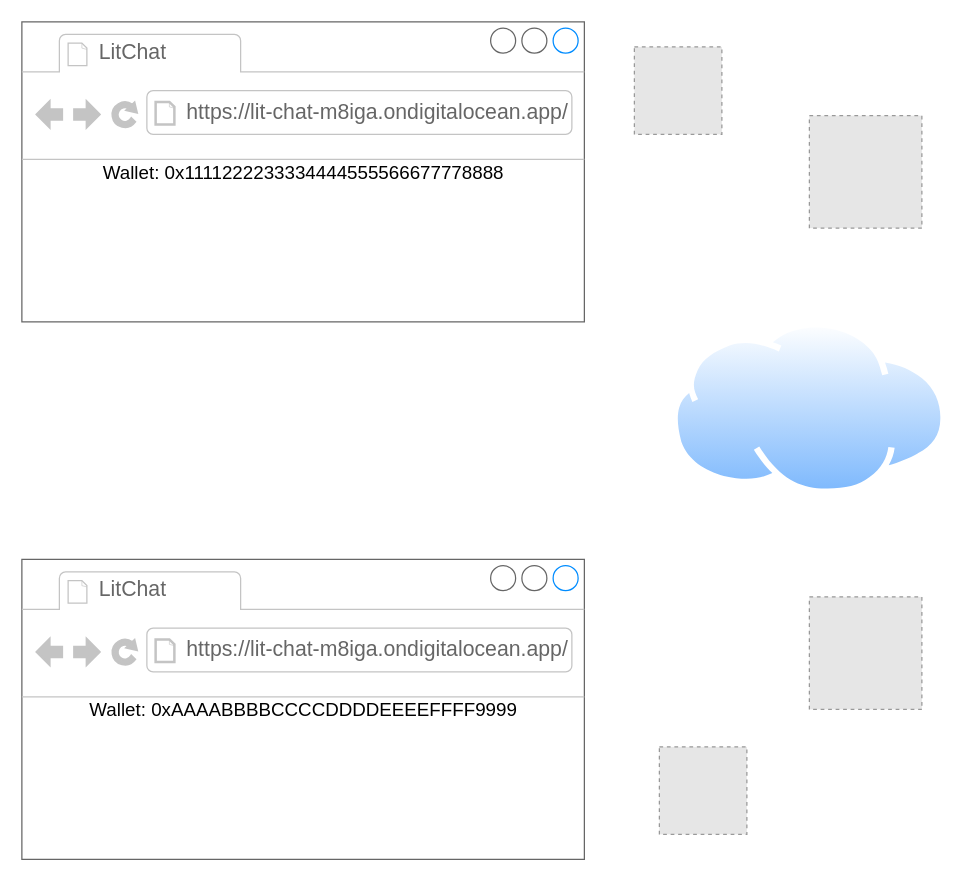
Above: LitChat_Ceramic.drawio in cryptoKevinL/LitChat (draw.io), before the change. Source tidied: cells renumbered, new cells numbered last; positions are measured from the earlier drawing's top-left corner, leaving out a move shared by most shapes. Both pictures are drawn from the tidied source at 125%, with x=0, y=0 at pixel (21, 21). Pictures stored in the file or linked from it are replaced by grey dashed boxes.
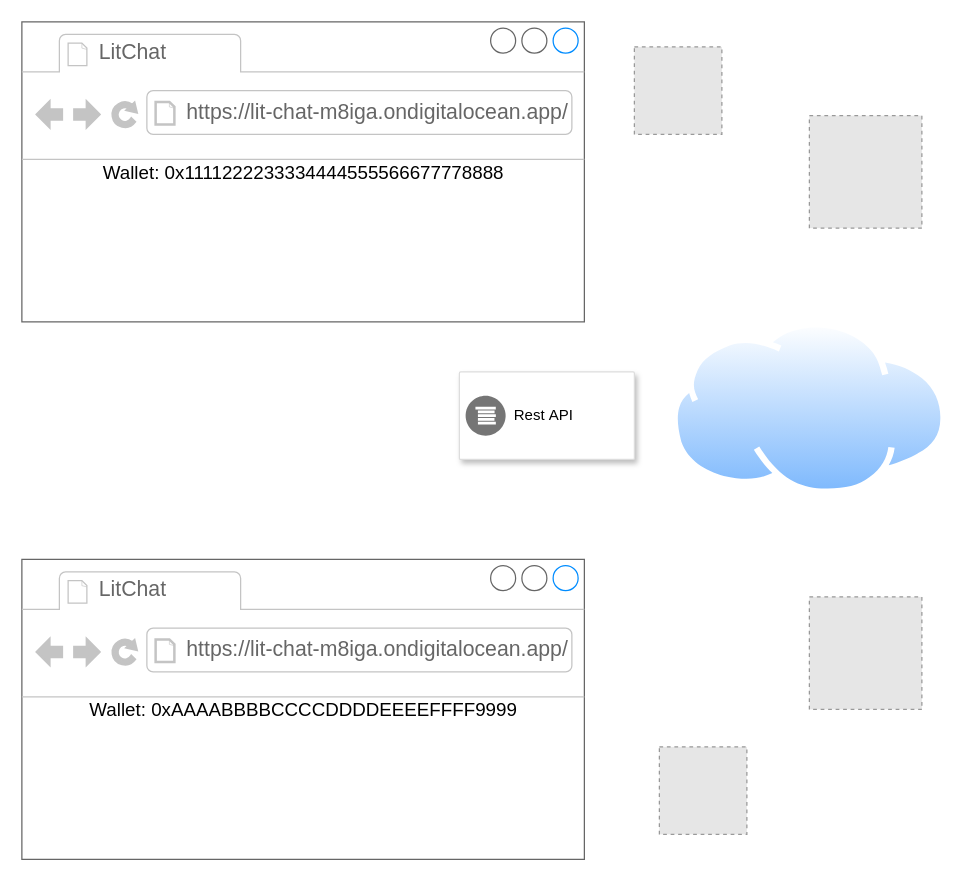
After the change.

What changed in the source:
```diff
@@
 <mxGraphModel>
   <root>
     <mxCell id="0" />
     <mxCell id="1" parent="0" />
     <mxCell id="2" value="&lt;font style=&quot;font-size: 15px&quot;&gt;Wallet: 0x1111222233334444555566677778888&lt;/font&gt;" style="strokeWidth=1;shadow=0;dashed=0;align=center;html=1;shape=mxgraph.mockup.containers.browserWindow;rSize=0;strokeColor=#666666;strokeColor2=#008cff;strokeColor3=#c4c4c4;mainText=,;" parent="1" vertex="1">
       <mxGeometry width="450" height="240" as="geometry" />
     </mxCell>
     <mxCell id="3" value="LitChat" style="strokeWidth=1;shadow=0;dashed=0;align=center;html=1;shape=mxgraph.mockup.containers.anchor;fontSize=17;fontColor=#666666;align=left;" parent="2" vertex="1">
       <mxGeometry x="60" y="12" width="110" height="26" as="geometry" />
     </mxCell>
     <mxCell id="4" value="https://lit-chat-m8iga.ondigitalocean.app/" style="strokeWidth=1;shadow=0;dashed=0;align=center;html=1;shape=mxgraph.mockup.containers.anchor;rSize=0;fontSize=17;fontColor=#666666;align=left;" parent="2" vertex="1">
       <mxGeometry x="130" y="60" width="250" height="26" as="geometry" />
     </mxCell>
     <mxCell id="5" value="&lt;font style=&quot;font-size: 15px&quot;&gt;Wallet: 0xAAAABBBBCCCCDDDDEEEEFFFF9999&lt;/font&gt;" style="strokeWidth=1;shadow=0;dashed=0;align=center;html=1;shape=mxgraph.mockup.containers.browserWindow;rSize=0;strokeColor=#666666;strokeColor2=#008cff;strokeColor3=#c4c4c4;mainText=,;" parent="1" vertex="1">
       <mxGeometry y="430" width="450" height="240" as="geometry" />
     </mxCell>
     <mxCell id="6" value="LitChat" style="strokeWidth=1;shadow=0;dashed=0;align=center;html=1;shape=mxgraph.mockup.containers.anchor;fontSize=17;fontColor=#666666;align=left;" parent="5" vertex="1">
       <mxGeometry x="60" y="12" width="110" height="26" as="geometry" />
     </mxCell>
     <mxCell id="7" value="https://lit-chat-m8iga.ondigitalocean.app/" style="strokeWidth=1;shadow=0;dashed=0;align=center;html=1;shape=mxgraph.mockup.containers.anchor;rSize=0;fontSize=17;fontColor=#666666;align=left;" parent="5" vertex="1">
       <mxGeometry x="130" y="60" width="250" height="26" as="geometry" />
     </mxCell>
     <mxCell id="8" style="perimeter=ellipsePerimeter;html=1;align=center;shadow=0;dashed=0;spacingTop=3;image;image=img/lib/active_directory/internet_cloud.svg;fontSize=15;" parent="1" vertex="1">
       <mxGeometry x="520" y="240" width="220.5" height="138.9" as="geometry" />
     </mxCell>
     <mxCell id="9" style="fillColor=#E6E6E6;strokeColor=#999999;dashed=1;verticalLabelPosition=bottom;labelBackgroundColor=default;verticalAlign=top;" parent="1" vertex="1">
       <mxGeometry x="490" y="20" width="70" height="70" as="geometry" />
     </mxCell>
     <mxCell id="10" style="fillColor=#E6E6E6;strokeColor=#999999;dashed=1;verticalLabelPosition=bottom;labelBackgroundColor=default;verticalAlign=top;" parent="1" vertex="1">
       <mxGeometry x="630" y="75" width="90" height="90" as="geometry" />
     </mxCell>
     <mxCell id="11" style="fillColor=#E6E6E6;strokeColor=#999999;dashed=1;verticalLabelPosition=bottom;labelBackgroundColor=default;verticalAlign=top;" parent="1" vertex="1">
       <mxGeometry x="630" y="460" width="90" height="90" as="geometry" />
     </mxCell>
     <mxCell id="12" style="fillColor=#E6E6E6;strokeColor=#999999;dashed=1;verticalLabelPosition=bottom;labelBackgroundColor=default;verticalAlign=top;" parent="1" vertex="1">
       <mxGeometry x="510" y="580" width="70" height="70" as="geometry" />
     </mxCell>
+    <mxCell id="13" style="strokeColor=#dddddd;shadow=1;strokeWidth=1;rounded=1;absoluteArcSize=1;arcSize=2;fontSize=15;" parent="1" vertex="1">
+      <mxGeometry x="350" y="280" width="140" height="70" as="geometry" />
+    </mxCell>
+    <mxCell id="14" value="Rest&amp;nbsp;API" style="sketch=0;dashed=0;html=1;fillColor=#757575;strokeColor=none;shape=mxgraph.gcp2.logs_api;labelPosition=right;verticalLabelPosition=middle;align=left;verticalAlign=middle;spacingLeft=5;fontSize=12;" parent="13" vertex="1">
+      <mxGeometry y="0.5" width="32" height="32" relative="1" as="geometry">
+        <mxPoint x="5" y="-16" as="offset" />
+      </mxGeometry>
+    </mxCell>
   </root>
 </mxGraphModel>
```
